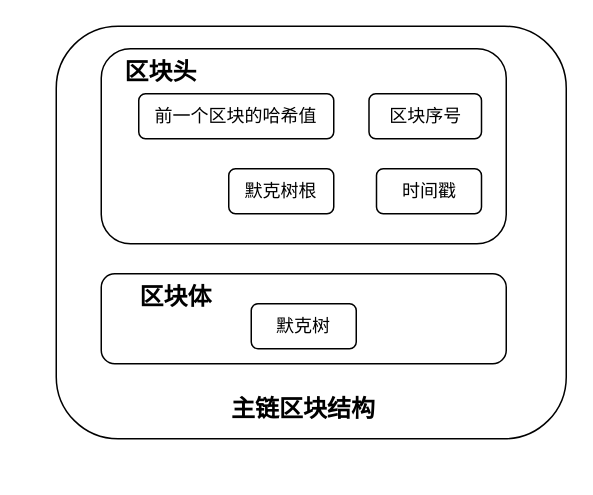
The draw.io diagram 毕业论文第2章区块结构.drawio in burnandgun/diagrams, before the edit. Source tidied: cells renumbered, new cells numbered last; positions are measured from the earlier drawing's top-left corner, leaving out a move shared by most shapes. Both pictures are drawn from the tidied source at 150%, with x=0, y=0 at pixel (56, 26).
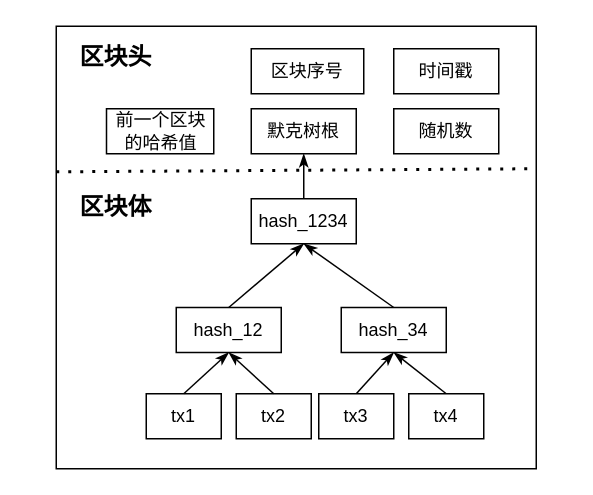
The same diagram, later.

Commit message:
更新毕业论文第2章区块结构.drawio

Diff of the diagram source:
```diff
@@
-    <mxCell id="2" style="rounded=1;whiteSpace=wrap;html=1;fillColor=none;" parent="1" vertex="1">
-      <mxGeometry x="30" y="165" width="270" height="60" as="geometry" />
-    </mxCell>
-    <mxCell id="3" style="rounded=1;whiteSpace=wrap;html=1;fillColor=none;" parent="1" vertex="1">
-      <mxGeometry x="30" y="15" width="270" height="130" as="geometry" />
-    </mxCell>
+    <mxCell id="12" style="rounded=0;whiteSpace=wrap;html=1;strokeColor=default;fontFamily=Helvetica;fontSize=12;fontColor=default;fillColor=none;" parent="1" vertex="1">
+      <mxGeometry width="320" height="295" as="geometry" />
+    </mxCell>
-    <mxCell id="4" value="前一个区块的哈希值" style="rounded=1;whiteSpace=wrap;html=1;fillColor=default;" parent="1" vertex="1">
-      <mxGeometry x="55" y="45" width="130" height="30" as="geometry" />
+    <mxCell id="4" value="前一个区块的哈希值" style="rounded=0;whiteSpace=wrap;html=1;fillColor=default;" parent="1" vertex="1">
+      <mxGeometry x="33.5" y="55" width="71.5" height="30" as="geometry" />
     </mxCell>
-    <mxCell id="5" value="默克树根" style="rounded=1;whiteSpace=wrap;html=1;fillColor=default;" parent="1" vertex="1">
-      <mxGeometry x="115" y="95" width="70" height="30" as="geometry" />
+    <mxCell id="5" value="默克树根" style="rounded=0;whiteSpace=wrap;html=1;fillColor=default;" parent="1" vertex="1">
+      <mxGeometry x="130" y="55" width="70" height="30" as="geometry" />
     </mxCell>
-    <mxCell id="6" value="时间戳" style="rounded=1;whiteSpace=wrap;html=1;fillColor=default;" parent="1" vertex="1">
-      <mxGeometry x="213.5" y="95" width="70" height="30" as="geometry" />
+    <mxCell id="6" value="时间戳" style="rounded=0;whiteSpace=wrap;html=1;fillColor=default;" parent="1" vertex="1">
+      <mxGeometry x="225" y="15" width="70" height="30" as="geometry" />
     </mxCell>
     <mxCell id="7" value="&lt;span style=&quot;font-size: 16px;&quot;&gt;&lt;b&gt;区块体&lt;/b&gt;&lt;/span&gt;" style="text;html=1;strokeColor=none;fillColor=none;align=center;verticalAlign=middle;whiteSpace=wrap;rounded=0;" parent="1" vertex="1">
-      <mxGeometry x="20" y="165" width="120" height="30" as="geometry" />
+      <mxGeometry x="-20" y="105" width="120" height="30" as="geometry" />
     </mxCell>
     <mxCell id="8" value="&lt;span style=&quot;font-size: 16px;&quot;&gt;&lt;b&gt;区块头&lt;/b&gt;&lt;/span&gt;" style="text;html=1;strokeColor=none;fillColor=none;align=center;verticalAlign=middle;whiteSpace=wrap;rounded=0;" parent="1" vertex="1">
-      <mxGeometry x="10" y="15" width="120" height="30" as="geometry" />
+      <mxGeometry x="-20" y="5" width="120" height="30" as="geometry" />
     </mxCell>
-    <mxCell id="9" value="区块序号" style="rounded=1;whiteSpace=wrap;html=1;fillColor=default;" parent="1" vertex="1">
-      <mxGeometry x="208.5" y="45" width="75" height="30" as="geometry" />
+    <mxCell id="9" value="区块序号" style="rounded=0;whiteSpace=wrap;html=1;fillColor=default;" parent="1" vertex="1">
+      <mxGeometry x="130" y="15" width="75" height="30" as="geometry" />
     </mxCell>
-    <mxCell id="10" value="默克树" style="rounded=1;whiteSpace=wrap;html=1;fillColor=default;" parent="1" vertex="1">
-      <mxGeometry x="130" y="185" width="70" height="30" as="geometry" />
+    <mxCell id="10" value="hash_1234" style="rounded=0;whiteSpace=wrap;html=1;fillColor=default;" parent="1" vertex="1">
+      <mxGeometry x="130" y="115" width="70" height="30" as="geometry" />
     </mxCell>
-    <mxCell id="11" value="&lt;span style=&quot;font-size: 16px;&quot;&gt;&lt;b&gt;主链区块结构&lt;/b&gt;&lt;/span&gt;" style="text;html=1;strokeColor=none;fillColor=none;align=center;verticalAlign=middle;whiteSpace=wrap;rounded=0;" parent="1" vertex="1">
-      <mxGeometry x="105" y="240" width="120" height="30" as="geometry" />
-    </mxCell>
-    <mxCell id="12" style="rounded=1;whiteSpace=wrap;html=1;strokeColor=default;fontFamily=Helvetica;fontSize=12;fontColor=default;fillColor=none;" parent="1" vertex="1">
-      <mxGeometry width="340" height="275" as="geometry" />
-    </mxCell>
+    <mxCell id="13" style="endArrow=none;dashed=1;html=1;dashPattern=1 3;strokeWidth=2;rounded=0;exitX=0;exitY=0.329;exitDx=0;exitDy=0;entryX=0.997;entryY=0.322;entryDx=0;entryDy=0;entryPerimeter=0;exitPerimeter=0;" parent="1" edge="1" source="12" target="12">
+      <mxGeometry relative="1" as="geometry" />
+    </mxCell>
+    <mxCell id="14" value="随机数" style="rounded=0;whiteSpace=wrap;html=1;fillColor=default;" parent="1" vertex="1">
+      <mxGeometry x="225" y="55" width="70" height="30" as="geometry" />
+    </mxCell>
+    <mxCell id="15" value="hash_12" style="rounded=0;whiteSpace=wrap;html=1;fillColor=default;" parent="1" vertex="1">
+      <mxGeometry x="80" y="187.5" width="70" height="30" as="geometry" />
+    </mxCell>
+    <mxCell id="16" value="tx1" style="rounded=0;whiteSpace=wrap;html=1;fillColor=default;" parent="1" vertex="1">
+      <mxGeometry x="60" y="245" width="50" height="30" as="geometry" />
+    </mxCell>
+    <mxCell id="17" value="tx2" style="rounded=0;whiteSpace=wrap;html=1;fillColor=default;" parent="1" vertex="1">
+      <mxGeometry x="120" y="245" width="50" height="30" as="geometry" />
+    </mxCell>
+    <mxCell id="18" value="hash_34" style="rounded=0;whiteSpace=wrap;html=1;fillColor=default;" parent="1" vertex="1">
+      <mxGeometry x="190" y="187.5" width="70" height="30" as="geometry" />
+    </mxCell>
+    <mxCell id="19" style="endArrow=classicThin;html=1;rounded=0;exitX=0.5;exitY=0;exitDx=0;exitDy=0;entryX=0.5;entryY=1;entryDx=0;entryDy=0;endFill=1;" parent="1" edge="1" source="16" target="15">
+      <mxGeometry relative="1" as="geometry" />
+    </mxCell>
+    <mxCell id="20" style="endArrow=classicThin;html=1;rounded=0;exitX=0.5;exitY=0;exitDx=0;exitDy=0;endFill=1;entryX=0.5;entryY=1;entryDx=0;entryDy=0;" parent="1" edge="1" source="17" target="15">
+      <mxGeometry relative="1" as="geometry" />
+    </mxCell>
+    <mxCell id="21" style="endArrow=classicThin;html=1;rounded=0;exitX=0.5;exitY=0;exitDx=0;exitDy=0;entryX=0.5;entryY=1;entryDx=0;entryDy=0;endFill=1;" parent="1" edge="1" source="26" target="18">
+      <mxGeometry relative="1" as="geometry" />
+    </mxCell>
+    <mxCell id="22" style="endArrow=classicThin;html=1;rounded=0;exitX=0.5;exitY=0;exitDx=0;exitDy=0;endFill=1;entryX=0.5;entryY=1;entryDx=0;entryDy=0;" parent="1" edge="1" source="27" target="18">
+      <mxGeometry relative="1" as="geometry" />
+    </mxCell>
+    <mxCell id="23" style="endArrow=classicThin;html=1;rounded=0;exitX=0.5;exitY=0;exitDx=0;exitDy=0;entryX=0.5;entryY=1;entryDx=0;entryDy=0;endFill=1;" parent="1" edge="1" source="15" target="10">
+      <mxGeometry relative="1" as="geometry" />
+    </mxCell>
+    <mxCell id="24" style="endArrow=classicThin;html=1;rounded=0;exitX=0.5;exitY=0;exitDx=0;exitDy=0;endFill=1;entryX=0.5;entryY=1;entryDx=0;entryDy=0;" parent="1" edge="1" source="18" target="10">
+      <mxGeometry relative="1" as="geometry" />
+    </mxCell>
+    <mxCell id="25" style="endArrow=classicThin;html=1;rounded=0;exitX=0.5;exitY=0;exitDx=0;exitDy=0;endFill=1;entryX=0.5;entryY=1;entryDx=0;entryDy=0;" parent="1" edge="1" source="10" target="5">
+      <mxGeometry relative="1" as="geometry" />
+    </mxCell>
+    <mxCell id="26" value="tx3" style="rounded=0;whiteSpace=wrap;html=1;fillColor=default;" parent="1" vertex="1">
+      <mxGeometry x="175" y="245" width="50" height="30" as="geometry" />
+    </mxCell>
+    <mxCell id="27" value="tx4" style="rounded=0;whiteSpace=wrap;html=1;fillColor=default;" parent="1" vertex="1">
+      <mxGeometry x="235" y="245" width="50" height="30" as="geometry" />
+    </mxCell>
```
